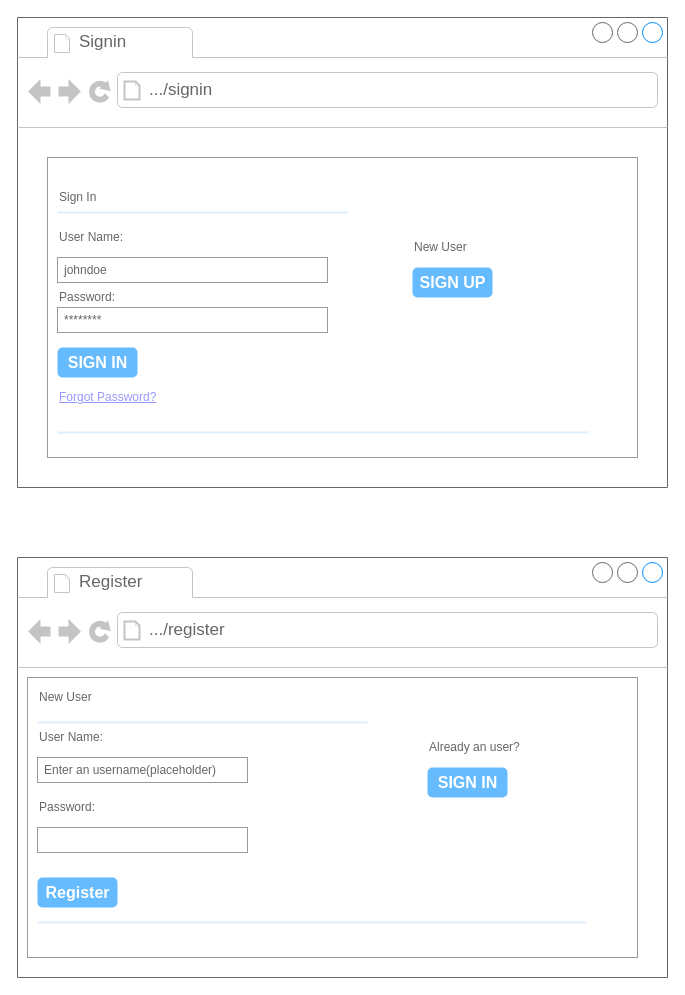
The draw.io diagram page "Sign in & Register" (1 of 5) of LHL Final Project-signin & register.drawio in evaEZ/LHLFinalProject-wireframe, before the edit. Source tidied: cells renumbered, new cells numbered last; positions are measured from the earlier drawing's top-left corner, leaving out a move shared by most shapes. Both pictures are drawn from the tidied source at 100%, with x=0, y=0 at pixel (17, 17).
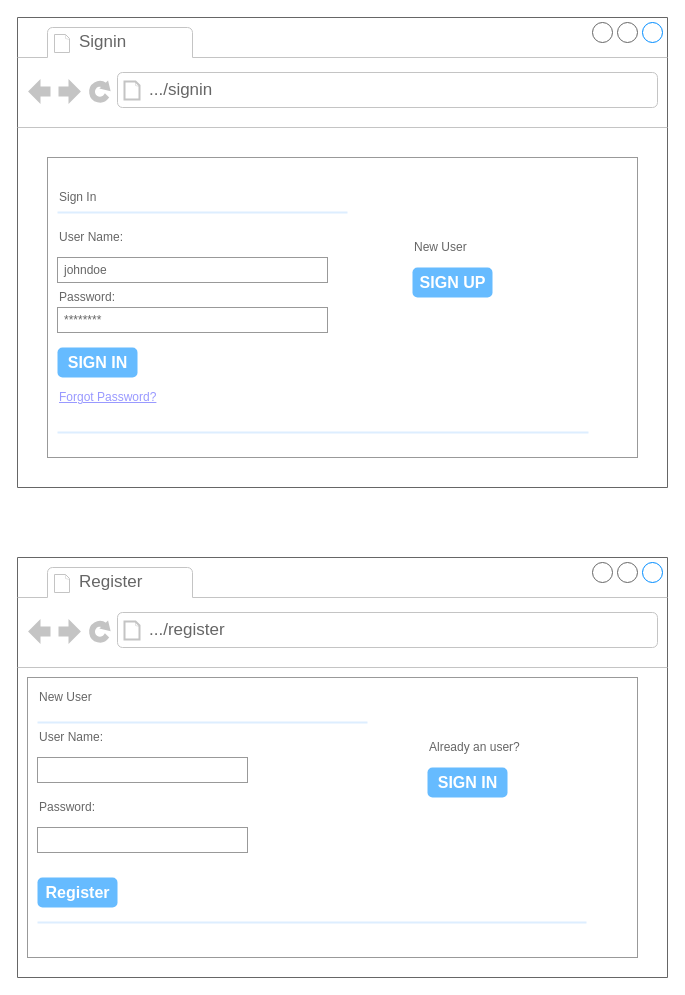
The same page after the edit.

The change refers to these unchanged cells:
```xml
<mxCell id="21" style="strokeWidth=1;shadow=0;dashed=0;align=center;html=1;shape=mxgraph.mockup.forms.rrect;rSize=0;strokeColor=#999999;fillColor=#ffffff;" parent="18" vertex="1">
  <mxGeometry x="10" y="120" width="610" height="280" as="geometry" />
</mxCell>
```

Change to the diagram source:
```diff
@@
-    <mxCell id="25" value="Enter an username(placeholder)" style="strokeWidth=1;shadow=0;dashed=0;align=center;html=1;shape=mxgraph.mockup.forms.rrect;rSize=0;strokeColor=#999999;fontColor=#666666;align=left;spacingLeft=5;" parent="21" vertex="1">
+    <mxCell id="25" style="strokeWidth=1;shadow=0;dashed=0;align=center;html=1;shape=mxgraph.mockup.forms.rrect;rSize=0;strokeColor=#999999;fontColor=#666666;align=left;spacingLeft=5;" parent="21" vertex="1">
       <mxGeometry width="210" height="25" relative="1" as="geometry">
         <mxPoint x="10" y="80" as="offset" />
       </mxGeometry>
     </mxCell>
```
